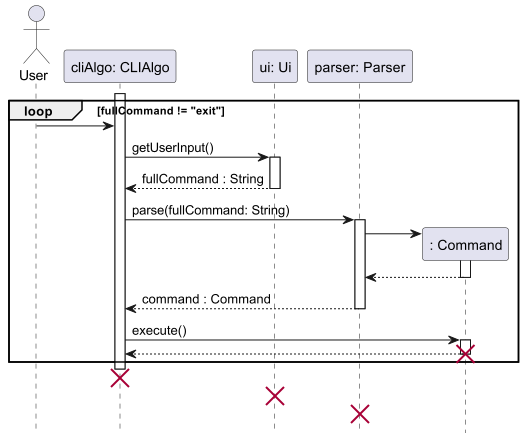
Earlier version of the PlantUML export docs/sequence-diagrams/diagrams/Architecture.png (ong-ck/tp). Its source is kept beside it as docs/sequence-diagrams/source-files/Architecture.puml.
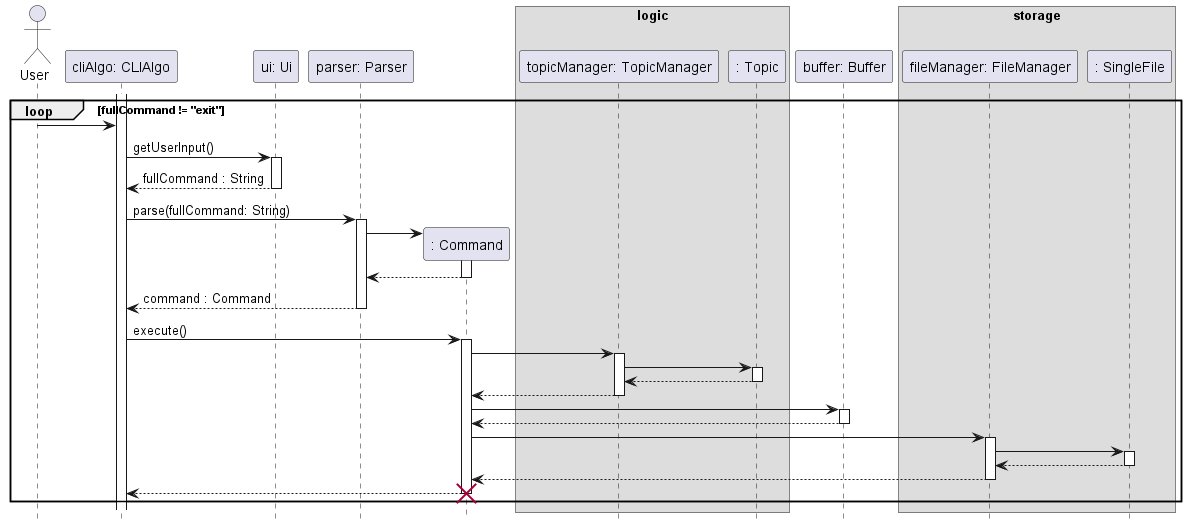
After the change.

Commit message:
Update architecture sequence diagram

The edit, as a diff of the source:
```diff
@@ -6,6 +6,15 @@
 participant "ui: Ui" as Ui
 participant "parser: Parser" as Parser
 participant ": Command" as Command
+box logic
+participant "topicManager: TopicManager" as TopicManager
+participant ": Topic" as Topic
+end box
+participant "buffer: Buffer" as Buffer
+box storage
+participant "fileManager: FileManager" as FileManager
+participant ": SingleFile" as SingleFile
+end box
 
 activate CLIAlgo
     loop fullCommand != "exit"
@@ -23,10 +32,24 @@
 
     CLIAlgo -> Command : execute()
     activate Command
+        Command -> TopicManager
+        activate TopicManager
+            TopicManager -> Topic
+            activate Topic
+            return
+        return
+
+        Command -> Buffer
+        activate Buffer
+        return
+
+        Command -> FileManager
+        activate FileManager
+            FileManager -> SingleFile
+            activate SingleFile
+            return
+        return
     return
     destroy Command
     end
-destroy CLIAlgo
-destroy Ui
-destroy Parser
 @enduml
```
